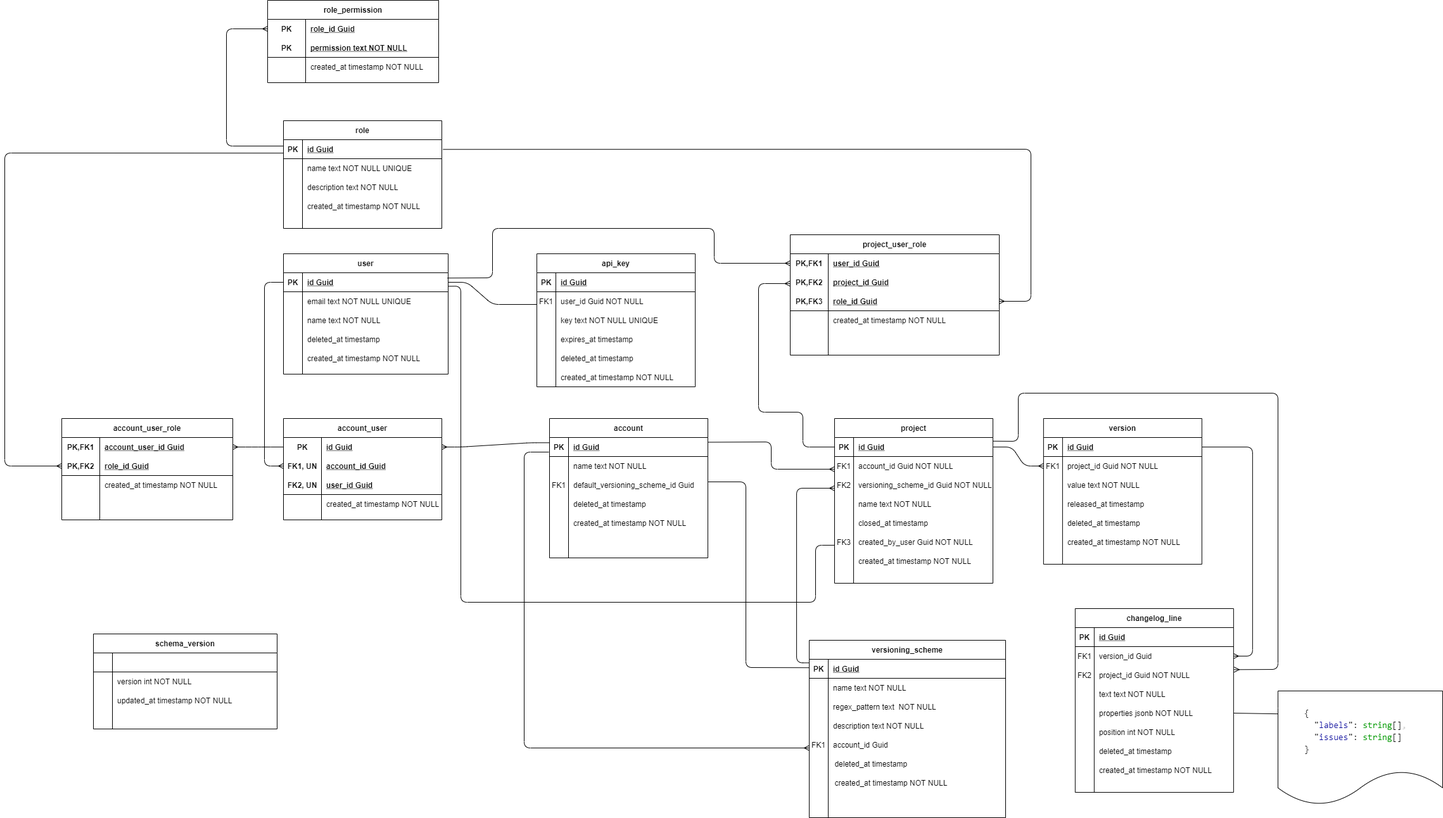
Earlier version of the draw.io export docs/assets/ChangeTrackerDbSchema.png (stefan-jeitler/change-blog). Source tidied: cells renumbered, new cells last; positions are measured from the earlier drawing's top-left corner, leaving out a move shared by most shapes.
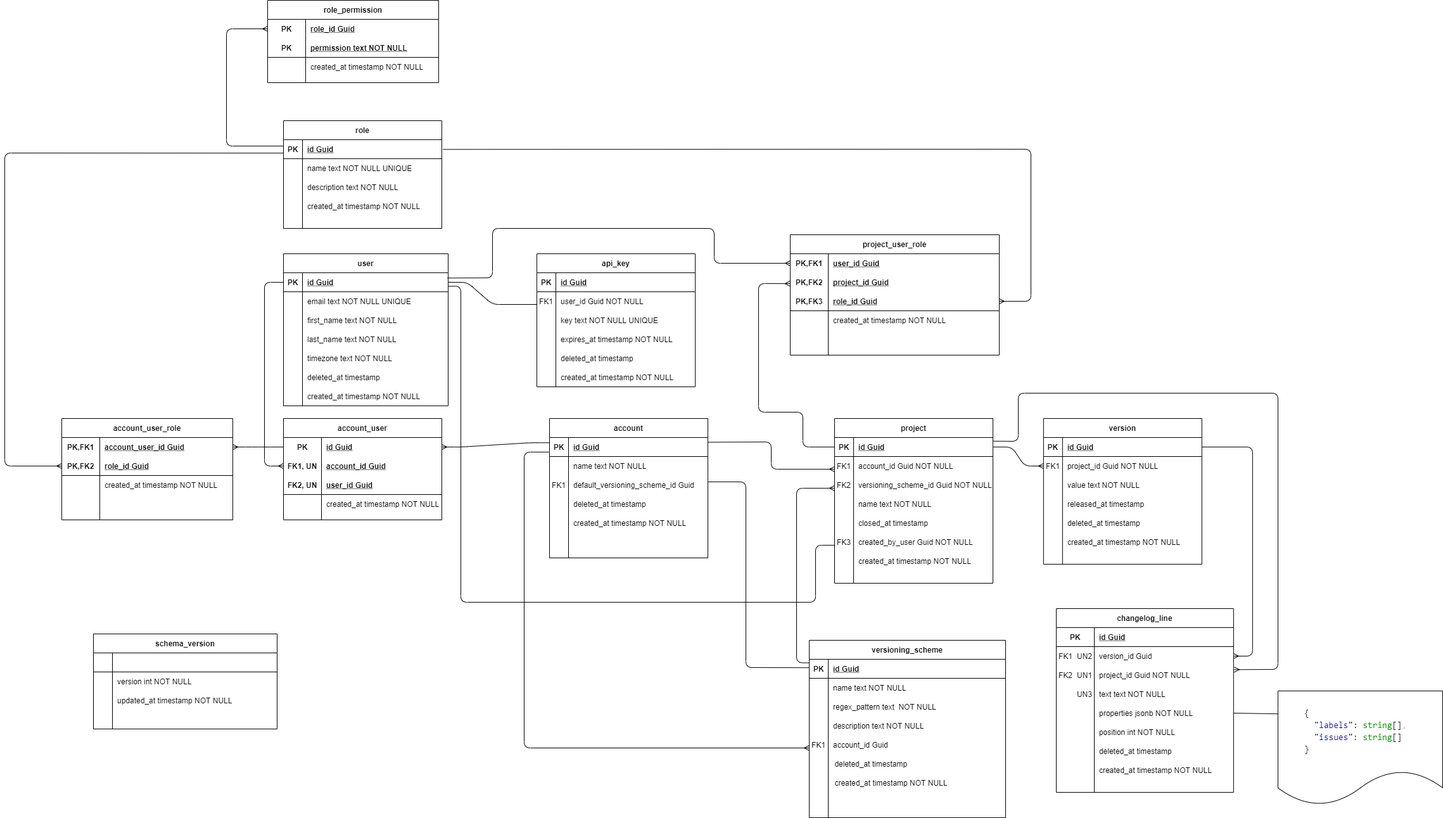
The same file after the commit.

Diff of the diagram source:
```diff
@@ -39,34 +39,34 @@
       <mxGeometry x="30" width="220" height="30" as="geometry" />
     </mxCell>
     <mxCell id="14" value="changelog_line" style="shape=table;startSize=30;rowLines=0;fontStyle=1;align=center;" parent="1" vertex="1">
-      <mxGeometry x="1689.9" y="960" width="250" height="290" as="geometry" />
+      <mxGeometry x="1660" y="960" width="279.9" height="290" as="geometry" />
     </mxCell>
     <mxCell id="15" style="shape=partialRectangle;fillColor=none;top=0;left=0;right=0;bottom=1;" parent="14" vertex="1">
-      <mxGeometry y="30" width="250" height="30" as="geometry" />
+      <mxGeometry y="30" width="279.9" height="30" as="geometry" />
     </mxCell>
     <mxCell id="16" value="PK" style="shape=partialRectangle;overflow=hidden;fillColor=none;top=0;left=0;bottom=0;right=0;fontStyle=1;" parent="15" vertex="1">
-      <mxGeometry width="30" height="30" as="geometry" />
+      <mxGeometry width="60" height="30" as="geometry" />
     </mxCell>
     <mxCell id="17" value="id Guid" style="shape=partialRectangle;overflow=hidden;fillColor=none;top=0;left=0;bottom=0;right=0;align=left;spacingLeft=6;fontStyle=5;" parent="15" vertex="1">
-      <mxGeometry x="30" width="220" height="30" as="geometry" />
+      <mxGeometry x="60" width="219.9" height="30" as="geometry" />
     </mxCell>
     <mxCell id="18" style="shape=partialRectangle;fillColor=none;points=[[0,0.5],[1,0.5]];portConstraint=eastwest;top=0;left=0;right=0;bottom=0;" parent="14" vertex="1">
-      <mxGeometry y="60" width="250" height="30" as="geometry" />
+      <mxGeometry y="60" width="279.9" height="30" as="geometry" />
     </mxCell>
-    <mxCell id="19" value="FK1" style="shape=partialRectangle;overflow=hidden;fillColor=none;top=0;left=0;bottom=0;right=0;" parent="18" vertex="1">
-      <mxGeometry width="30" height="30" as="geometry" />
+    <mxCell id="19" style="shape=partialRectangle;overflow=hidden;fillColor=none;top=0;left=0;bottom=0;right=0;" parent="18" vertex="1">
+      <mxGeometry width="60" height="30" as="geometry" />
     </mxCell>
     <mxCell id="20" value="version_id Guid" style="shape=partialRectangle;overflow=hidden;fillColor=none;top=0;left=0;bottom=0;right=0;align=left;spacingLeft=6;" parent="18" vertex="1">
-      <mxGeometry x="30" width="220" height="30" as="geometry" />
+      <mxGeometry x="60" width="219.9" height="30" as="geometry" />
     </mxCell>
     <mxCell id="21" style="shape=partialRectangle;fillColor=none;points=[[0,0.5],[1,0.5]];portConstraint=eastwest;top=0;left=0;right=0;bottom=0;" parent="14" vertex="1">
-      <mxGeometry y="90" width="250" height="30" as="geometry" />
+      <mxGeometry y="90" width="279.9" height="30" as="geometry" />
     </mxCell>
     <mxCell id="22" style="shape=partialRectangle;overflow=hidden;fillColor=none;top=0;left=0;bottom=0;right=0;" parent="21" vertex="1">
-      <mxGeometry width="30" height="30" as="geometry" />
+      <mxGeometry width="60" height="30" as="geometry" />
     </mxCell>
     <mxCell id="23" value="project_id Guid NOT NULL" style="shape=partialRectangle;overflow=hidden;fillColor=none;top=0;left=0;bottom=0;right=0;align=left;spacingLeft=6;" parent="21" vertex="1">
-      <mxGeometry x="30" width="220" height="30" as="geometry" />
+      <mxGeometry x="60" width="219.9" height="30" as="geometry" />
     </mxCell>
     <mxCell id="24" value="project" style="shape=table;startSize=30;rowLines=0;fontStyle=1;align=center;" parent="1" vertex="1">
       <mxGeometry x="1310" y="660" width="250" height="260" as="geometry" />
@@ -182,7 +182,7 @@
     <mxCell id="59" value="key text NOT NULL UNIQUE" style="shape=partialRectangle;overflow=hidden;fillColor=none;top=0;left=0;bottom=0;right=0;align=left;spacingLeft=6;" parent="1" vertex="1">
       <mxGeometry x="870" y="490" width="220" height="30" as="geometry" />
     </mxCell>
-    <mxCell id="60" value="expires_at timestamp" style="shape=partialRectangle;overflow=hidden;fillColor=none;top=0;left=0;bottom=0;right=0;align=left;spacingLeft=6;" parent="1" vertex="1">
+    <mxCell id="60" value="expires_at timestamp NOT NULL" style="shape=partialRectangle;overflow=hidden;fillColor=none;top=0;left=0;bottom=0;right=0;align=left;spacingLeft=6;" parent="1" vertex="1">
       <mxGeometry x="870" y="520" width="220" height="30" as="geometry" />
     </mxCell>
     <mxCell id="61" value="FK1" style="shape=partialRectangle;overflow=hidden;fillColor=none;top=0;left=0;bottom=0;right=0;" parent="1" vertex="1">
@@ -307,7 +307,7 @@
       <mxGeometry x="30" width="220" height="30" as="geometry" />
     </mxCell>
     <mxCell id="95" value="FK2" style="shape=partialRectangle;overflow=hidden;fillColor=none;top=0;left=0;bottom=0;right=0;" parent="1" vertex="1">
-      <mxGeometry x="1689.9" y="1050" width="30" height="30" as="geometry" />
+      <mxGeometry x="1660" y="1050" width="30" height="30" as="geometry" />
     </mxCell>
     <mxCell id="96" style="fontSize=12;html=1;endArrow=none;startArrow=ERmany;exitX=1.004;exitY=0.212;exitDx=0;exitDy=0;exitPerimeter=0;startFill=0;endFill=0;entryX=1;entryY=0.191;entryDx=0;entryDy=0;entryPerimeter=0;" parent="1" edge="1" source="21" target="25">
       <mxGeometry relative="1" as="geometry">
@@ -425,7 +425,7 @@
       <mxGeometry x="1270" y="1160" width="30" height="30" as="geometry" />
     </mxCell>
     <mxCell id="132" value="user" style="shape=table;startSize=30;rowLines=0;fontStyle=1;align=center;" parent="1" vertex="1">
-      <mxGeometry x="440" y="400" width="260" height="190" as="geometry" />
+      <mxGeometry x="440" y="400" width="260" height="240" as="geometry" />
     </mxCell>
     <mxCell id="133" style="shape=partialRectangle;fillColor=none;top=0;left=0;bottom=1;right=0;points=[[0,0.5],[1,0.5]];portConstraint=eastwest;" parent="132" vertex="1">
       <mxGeometry y="30" width="260" height="30" as="geometry" />
@@ -451,7 +451,7 @@
     <mxCell id="140" style="shape=partialRectangle;fillColor=none;top=0;left=0;bottom=0;right=0;overflow=hidden;" parent="139" vertex="1">
       <mxGeometry width="30" height="30" as="geometry" />
     </mxCell>
-    <mxCell id="141" value="name text NOT NULL" style="shape=partialRectangle;fillColor=none;top=0;left=0;bottom=0;right=0;align=left;spacingLeft=6;overflow=hidden;" parent="139" vertex="1">
+    <mxCell id="141" value="first_name text NOT NULL" style="shape=partialRectangle;fillColor=none;top=0;left=0;bottom=0;right=0;align=left;spacingLeft=6;overflow=hidden;" parent="139" vertex="1">
       <mxGeometry x="30" width="230" height="30" as="geometry" />
     </mxCell>
     <mxCell id="142" style="shape=partialRectangle;fillColor=none;top=0;left=0;bottom=0;right=0;" parent="132" vertex="1">
@@ -460,11 +460,11 @@
     <mxCell id="143" style="shape=partialRectangle;fillColor=none;top=0;left=0;bottom=0;right=0;overflow=hidden;" parent="142" vertex="1">
       <mxGeometry width="30" height="30" as="geometry" />
     </mxCell>
-    <mxCell id="144" value="deleted_at timestamp" style="shape=partialRectangle;fillColor=none;top=0;left=0;bottom=0;right=0;align=left;spacingLeft=6;overflow=hidden;" parent="142" vertex="1">
+    <mxCell id="144" value="last_name text NOT NULL" style="shape=partialRectangle;fillColor=none;top=0;left=0;bottom=0;right=0;align=left;spacingLeft=6;overflow=hidden;" parent="142" vertex="1">
       <mxGeometry x="30" width="230" height="30" as="geometry" />
     </mxCell>
     <mxCell id="145" value="created_at timestamp NOT NULL" style="shape=partialRectangle;fillColor=none;top=0;left=0;bottom=0;right=0;align=left;spacingLeft=6;overflow=hidden;" parent="1" vertex="1">
-      <mxGeometry x="470" y="550" width="200" height="30" as="geometry" />
+      <mxGeometry x="470" y="610" width="200" height="30" as="geometry" />
     </mxCell>
     <mxCell id="146" value="account_user" style="shape=table;startSize=30;rowLines=0;fontStyle=1;align=center;" parent="1" vertex="1">
       <mxGeometry x="440" y="660" width="250" height="160" as="geometry" />
@@ -672,5 +672,23 @@
         </Array>
       </mxGeometry>
     </mxCell>
+    <mxCell id="198" value="deleted_at timestamp" style="shape=partialRectangle;fillColor=none;top=0;left=0;bottom=0;right=0;align=left;spacingLeft=6;overflow=hidden;" parent="1" vertex="1">
+      <mxGeometry x="470" y="580" width="230" height="30" as="geometry" />
+    </mxCell>
+    <mxCell id="199" value="FK1" style="shape=partialRectangle;overflow=hidden;fillColor=none;top=0;left=0;bottom=0;right=0;" parent="1" vertex="1">
+      <mxGeometry x="1660" y="1020" width="30" height="30" as="geometry" />
+    </mxCell>
+    <mxCell id="200" value="UN2" style="shape=partialRectangle;overflow=hidden;fillColor=none;top=0;left=0;bottom=0;right=0;" parent="1" vertex="1">
+      <mxGeometry x="1690" y="1020" width="30" height="30" as="geometry" />
+    </mxCell>
+    <mxCell id="201" value="UN1" style="shape=partialRectangle;overflow=hidden;fillColor=none;top=0;left=0;bottom=0;right=0;" parent="1" vertex="1">
+      <mxGeometry x="1690" y="1050" width="30" height="30" as="geometry" />
+    </mxCell>
+    <mxCell id="202" value="UN3" style="shape=partialRectangle;overflow=hidden;fillColor=none;top=0;left=0;bottom=0;right=0;" parent="1" vertex="1">
+      <mxGeometry x="1689.9" y="1080" width="30" height="30" as="geometry" />
+    </mxCell>
+    <mxCell id="203" value="timezone text NOT NULL" style="shape=partialRectangle;fillColor=none;top=0;left=0;bottom=0;right=0;align=left;spacingLeft=6;overflow=hidden;" parent="1" vertex="1">
+      <mxGeometry x="470" y="550" width="230" height="30" as="geometry" />
+    </mxCell>
   </root>
 </mxGraphModel>
```
